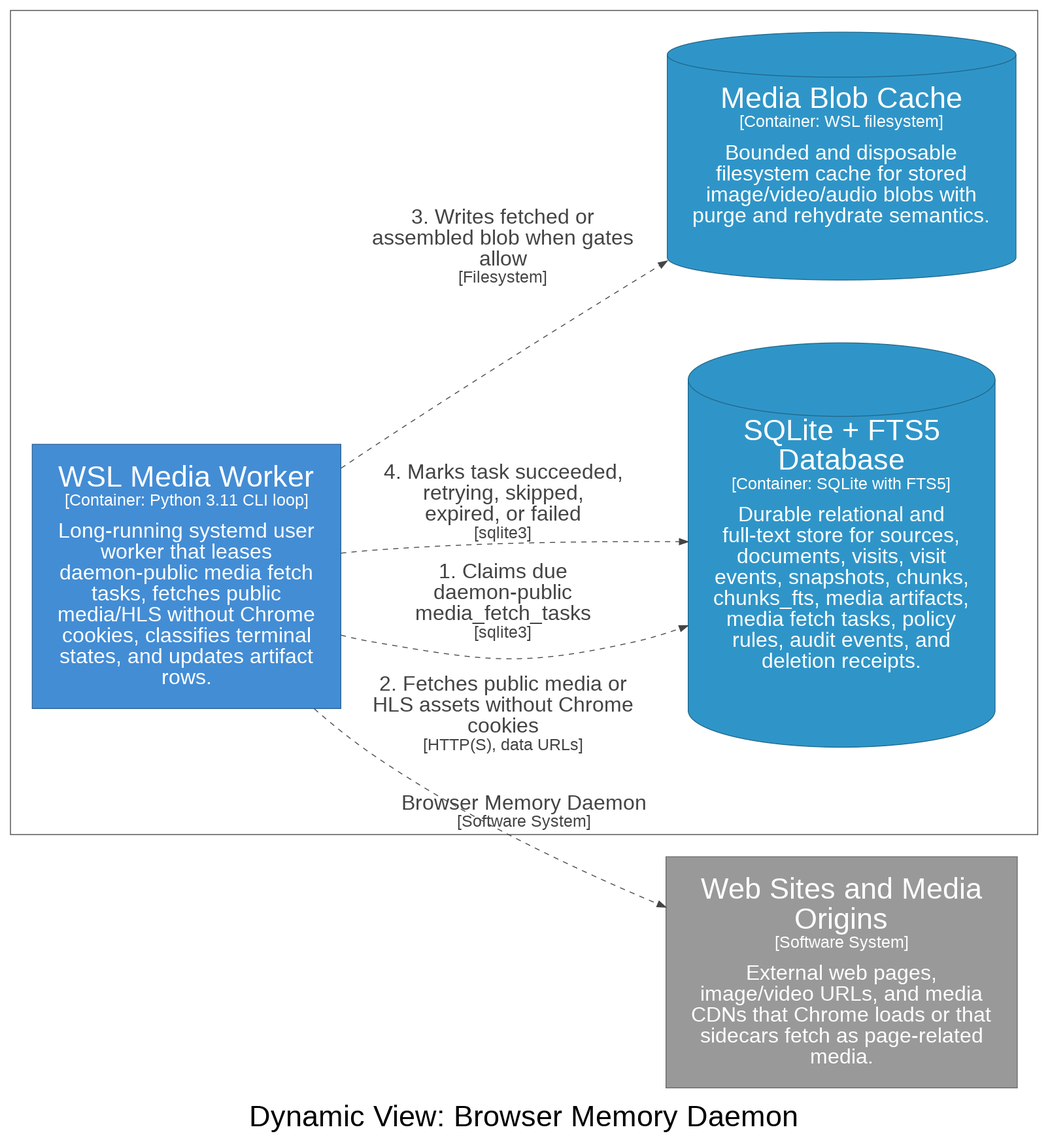
The Graphviz diagram architecture/diagrams/dot-rendered/structurizr-DaemonPublicMediaWorkerFlow.png in michaelnicks0/browser-memory-daemon, before a commit. Its source is kept beside it as architecture/diagrams/dot/structurizr-DaemonPublicMediaWorkerFlow.dot. The source it was exported from:
```dot
digraph {
  compound=true
  graph [fontname="Arial", rankdir=LR, ranksep=1.0, nodesep=1.0]
  node [fontname="Arial", shape=box, margin="0.4,0.3"]
  edge [fontname="Arial"]
  label=<<br /><font point-size="34">Dynamic View: Browser Memory Daemon</font>>

  subgraph cluster_4 {
    margin=25
    label=<<font point-size="24"><br />Browser Memory Daemon</font><br /><font point-size="19">[Software System]</font>>
    labelloc=b
    color="#444444"
    fontcolor="#444444"
    fillcolor="#444444"

    24 [id=24,shape=rect, label=<<font point-size="34">WSL Media Worker</font><br /><font point-size="19">[Container: Python 3.11 CLI loop]</font><br /><br /><font point-size="24">Long-running systemd user<br />worker that leases<br />daemon-public media fetch<br />tasks, fetches public<br />media/HLS without Chrome<br />cookies, classifies terminal<br />states, and updates artifact<br />rows.</font>>, style=filled, color="#2e6295", fillcolor="#438dd5", fontcolor="#ffffff"]
    27 [id=27,shape=cylinder, label=<<font point-size="34">SQLite + FTS5<br />Database</font><br /><font point-size="19">[Container: SQLite with FTS5]</font><br /><br /><font point-size="24">Durable relational and<br />full-text store for sources,<br />documents, visits, visit<br />events, snapshots, chunks,<br />chunks_fts, media artifacts,<br />media fetch tasks, policy<br />rules, audit events, and<br />deletion receipts.</font>>, style=filled, color="#20688c", fillcolor="#2f95c8", fontcolor="#ffffff"]
    29 [id=29,shape=cylinder, label=<<font point-size="34">Media Blob Cache</font><br /><font point-size="19">[Container: WSL filesystem]</font><br /><br /><font point-size="24">Bounded and disposable<br />filesystem cache for stored<br />image/video/audio blobs with<br />purge and rehydrate semantics.</font>>, style=filled, color="#20688c", fillcolor="#2f95c8", fontcolor="#ffffff"]
  }

  3 [id=3,shape=rect, label=<<font point-size="34">Web Sites and Media<br />Origins</font><br /><font point-size="19">[Software System]</font><br /><br /><font point-size="24">External web pages,<br />image/video URLs, and media<br />CDNs that Chrome loads or that<br />sidecars fetch as page-related<br />media.</font>>, style=filled, color="#6b6b6b", fillcolor="#999999", fontcolor="#ffffff"]

  24 -> 27 [id=46, label=<<font point-size="24">1. Claims due<br />daemon-public<br />media_fetch_tasks</font><br /><font point-size="19">[sqlite3]</font>>, style="dashed", color="#444444", fontcolor="#444444"]
  24 -> 3 [id=47, label=<<font point-size="24">2. Fetches public media or<br />HLS assets without Chrome<br />cookies</font><br /><font point-size="19">[HTTP(S), data URLs]</font>>, style="dashed", color="#444444", fontcolor="#444444"]
  24 -> 29 [id=48, label=<<font point-size="24">3. Writes fetched or<br />assembled blob when gates<br />allow</font><br /><font point-size="19">[Filesystem]</font>>, style="dashed", color="#444444", fontcolor="#444444"]
  24 -> 27 [id=46, label=<<font point-size="24">4. Marks task succeeded,<br />retrying, skipped,<br />expired, or failed</font><br /><font point-size="19">[sqlite3]</font>>, style="dashed", color="#444444", fontcolor="#444444"]

}
```
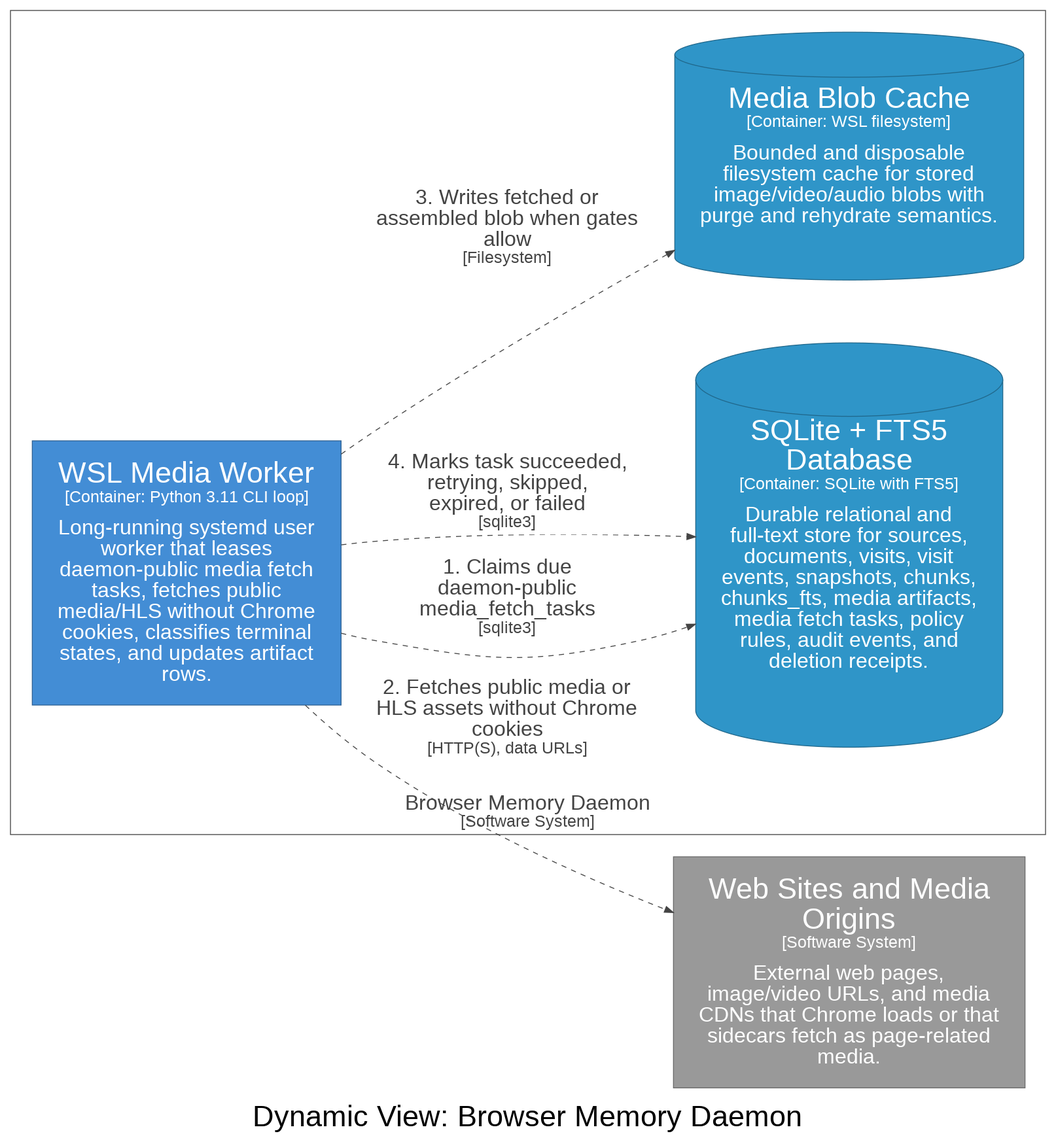
Above is the later version.

The edit, as a diff of the source:
```diff
@@ -20,9 +20,9 @@
 
   3 [id=3,shape=rect, label=<<font point-size="34">Web Sites and Media<br />Origins</font><br /><font point-size="19">[Software System]</font><br /><br /><font point-size="24">External web pages,<br />image/video URLs, and media<br />CDNs that Chrome loads or that<br />sidecars fetch as page-related<br />media.</font>>, style=filled, color="#6b6b6b", fillcolor="#999999", fontcolor="#ffffff"]
 
-  24 -> 27 [id=46, label=<<font point-size="24">1. Claims due<br />daemon-public<br />media_fetch_tasks</font><br /><font point-size="19">[sqlite3]</font>>, style="dashed", color="#444444", fontcolor="#444444"]
-  24 -> 3 [id=47, label=<<font point-size="24">2. Fetches public media or<br />HLS assets without Chrome<br />cookies</font><br /><font point-size="19">[HTTP(S), data URLs]</font>>, style="dashed", color="#444444", fontcolor="#444444"]
-  24 -> 29 [id=48, label=<<font point-size="24">3. Writes fetched or<br />assembled blob when gates<br />allow</font><br /><font point-size="19">[Filesystem]</font>>, style="dashed", color="#444444", fontcolor="#444444"]
-  24 -> 27 [id=46, label=<<font point-size="24">4. Marks task succeeded,<br />retrying, skipped,<br />expired, or failed</font><br /><font point-size="19">[sqlite3]</font>>, style="dashed", color="#444444", fontcolor="#444444"]
+  24 -> 27 [id=46, label=<<TABLE BORDER="0" CELLBORDER="0" CELLSPACING="0" CELLPADDING="4" BGCOLOR="white"><TR><TD><font point-size="24">1. Claims due<br />daemon-public<br />media_fetch_tasks</font><br /><font point-size="19">[sqlite3]</font></TD></TR></TABLE>>, style="dashed", color="#444444", fontcolor="#444444"]
+  24 -> 3 [id=47, label=<<TABLE BORDER="0" CELLBORDER="0" CELLSPACING="0" CELLPADDING="4" BGCOLOR="white"><TR><TD><font point-size="24">2. Fetches public media or<br />HLS assets without Chrome<br />cookies</font><br /><font point-size="19">[HTTP(S), data URLs]</font></TD></TR></TABLE>>, style="dashed", color="#444444", fontcolor="#444444"]
+  24 -> 29 [id=48, label=<<TABLE BORDER="0" CELLBORDER="0" CELLSPACING="0" CELLPADDING="4" BGCOLOR="white"><TR><TD><font point-size="24">3. Writes fetched or<br />assembled blob when gates<br />allow</font><br /><font point-size="19">[Filesystem]</font></TD></TR></TABLE>>, style="dashed", color="#444444", fontcolor="#444444"]
+  24 -> 27 [id=46, label=<<TABLE BORDER="0" CELLBORDER="0" CELLSPACING="0" CELLPADDING="4" BGCOLOR="white"><TR><TD><font point-size="24">4. Marks task succeeded,<br />retrying, skipped,<br />expired, or failed</font><br /><font point-size="19">[sqlite3]</font></TD></TR></TABLE>>, style="dashed", color="#444444", fontcolor="#444444"]
 
 }
```
